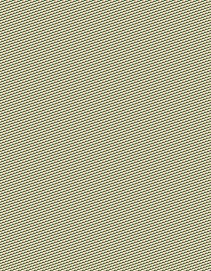
awsomegui-capstone/diagrams keeps this draw.io diagram as classes/ProjectSchema.drawio.png. Above is the earlier version. Source tidied: cells renumbered, new cells last; positions are measured from the earlier drawing's top-left corner, leaving out a move shared by most shapes.
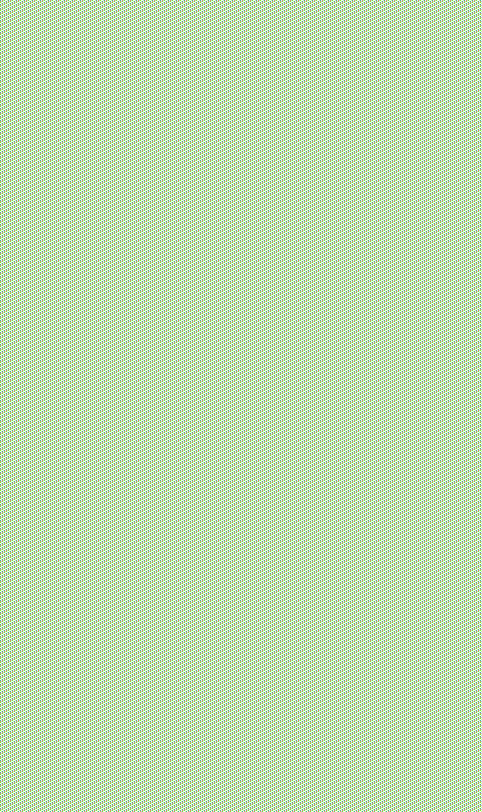
Above is the later version.

The edit, as a diff of the source:
```diff
@@ -3,7 +3,7 @@
     <mxCell id="0" />
     <mxCell id="1" parent="0" />
     <mxCell id="2" value="Project" style="swimlane;" parent="1" vertex="1">
-      <mxGeometry width="210" height="270" as="geometry" />
+      <mxGeometry width="210" height="330" as="geometry" />
     </mxCell>
     <mxCell id="3" value="Name &amp;gt; String" style="text;html=1;strokeColor=none;fillColor=none;align=left;verticalAlign=middle;whiteSpace=wrap;rounded=0;" parent="2" vertex="1">
       <mxGeometry y="60" width="200" height="30" as="geometry" />
@@ -11,7 +11,7 @@
     <mxCell id="4" value="Id &amp;gt; Int" style="text;html=1;strokeColor=none;fillColor=none;align=left;verticalAlign=middle;whiteSpace=wrap;rounded=0;" parent="2" vertex="1">
       <mxGeometry y="90" width="200" height="30" as="geometry" />
     </mxCell>
-    <mxCell id="5" value="img &amp;gt; String" style="text;html=1;strokeColor=none;fillColor=none;align=left;verticalAlign=middle;whiteSpace=wrap;rounded=0;" parent="2" vertex="1">
+    <mxCell id="5" value="DiagramEndPoint &amp;gt; String" style="text;html=1;strokeColor=none;fillColor=none;align=left;verticalAlign=middle;whiteSpace=wrap;rounded=0;" parent="2" vertex="1">
       <mxGeometry y="120" width="200" height="30" as="geometry" />
     </mxCell>
     <mxCell id="6" value="CFEndpoint &amp;gt; String" style="text;html=1;strokeColor=none;fillColor=none;align=left;verticalAlign=middle;whiteSpace=wrap;rounded=0;" parent="2" vertex="1">
@@ -29,5 +29,47 @@
     <mxCell id="10" value="TimeCreated &amp;gt; Date" style="text;html=1;strokeColor=none;fillColor=none;align=left;verticalAlign=middle;whiteSpace=wrap;rounded=0;" parent="2" vertex="1">
       <mxGeometry y="240" width="200" height="30" as="geometry" />
     </mxCell>
+    <mxCell id="11" value="Height &amp;gt; Int" style="text;html=1;strokeColor=none;fillColor=none;align=left;verticalAlign=middle;whiteSpace=wrap;rounded=0;" parent="2" vertex="1">
+      <mxGeometry y="270" width="200" height="30" as="geometry" />
+    </mxCell>
+    <mxCell id="12" value="Width &amp;gt; Int" style="text;html=1;strokeColor=none;fillColor=none;align=left;verticalAlign=middle;whiteSpace=wrap;rounded=0;" parent="2" vertex="1">
+      <mxGeometry y="300" width="200" height="30" as="geometry" />
+    </mxCell>
+    <mxCell id="13" value="VPC" style="swimlane;" parent="1" vertex="1">
+      <mxGeometry x="-270" y="400" width="210" height="410" as="geometry" />
+    </mxCell>
+    <mxCell id="14" value="Height &amp;gt; Int" style="text;html=1;strokeColor=none;fillColor=none;align=left;verticalAlign=middle;whiteSpace=wrap;rounded=0;" parent="13" vertex="1">
+      <mxGeometry x="5" y="30" width="200" height="30" as="geometry" />
+    </mxCell>
+    <mxCell id="15" value="Width &amp;gt; Int" style="text;html=1;strokeColor=none;fillColor=none;align=left;verticalAlign=middle;whiteSpace=wrap;rounded=0;" parent="13" vertex="1">
+      <mxGeometry x="5" y="60" width="200" height="30" as="geometry" />
+    </mxCell>
+    <mxCell id="16" value="positionX &amp;gt; Int" style="text;html=1;strokeColor=none;fillColor=none;align=left;verticalAlign=middle;whiteSpace=wrap;rounded=0;" parent="13" vertex="1">
+      <mxGeometry x="5" y="90" width="200" height="30" as="geometry" />
+    </mxCell>
+    <mxCell id="17" value="positionY &amp;gt; Int" style="text;html=1;strokeColor=none;fillColor=none;align=left;verticalAlign=middle;whiteSpace=wrap;rounded=0;" parent="13" vertex="1">
+      <mxGeometry x="5" y="120" width="200" height="30" as="geometry" />
+    </mxCell>
+    <mxCell id="18" value="cidrBlock &amp;gt; String" style="text;html=1;strokeColor=none;fillColor=none;align=left;verticalAlign=middle;whiteSpace=wrap;rounded=0;" parent="13" vertex="1">
+      <mxGeometry x="5" y="150" width="200" height="30" as="geometry" />
+    </mxCell>
+    <mxCell id="19" value="enableDNSHostNames &amp;gt; Bool" style="text;html=1;strokeColor=none;fillColor=none;align=left;verticalAlign=middle;whiteSpace=wrap;rounded=0;" parent="13" vertex="1">
+      <mxGeometry x="5" y="180" width="200" height="30" as="geometry" />
+    </mxCell>
+    <mxCell id="20" value="enableDNSSupport &amp;gt; Bool" style="text;html=1;strokeColor=none;fillColor=none;align=left;verticalAlign=middle;whiteSpace=wrap;rounded=0;" parent="13" vertex="1">
+      <mxGeometry x="5" y="210" width="200" height="30" as="geometry" />
+    </mxCell>
+    <mxCell id="21" value="instanceTenancy &amp;gt;&quot;default&quot; || &quot;dedicated&quot;" style="text;html=1;strokeColor=none;fillColor=none;align=left;verticalAlign=middle;whiteSpace=wrap;rounded=0;" parent="13" vertex="1">
+      <mxGeometry x="5" y="240" width="200" height="30" as="geometry" />
+    </mxCell>
+    <mxCell id="22" value="Region &amp;gt; String" style="text;html=1;strokeColor=none;fillColor=none;align=left;verticalAlign=middle;whiteSpace=wrap;rounded=0;" parent="13" vertex="1">
+      <mxGeometry x="5" y="270" width="200" height="30" as="geometry" />
+    </mxCell>
+    <mxCell id="23" value="Tags &amp;gt; List" style="text;html=1;strokeColor=none;fillColor=none;align=left;verticalAlign=middle;whiteSpace=wrap;rounded=0;" parent="13" vertex="1">
+      <mxGeometry x="5" y="300" width="200" height="30" as="geometry" />
+    </mxCell>
+    <mxCell id="24" value="Id &amp;gt; Siring" style="text;html=1;strokeColor=none;fillColor=none;align=left;verticalAlign=middle;whiteSpace=wrap;rounded=0;" parent="13" vertex="1">
+      <mxGeometry x="5" y="330" width="200" height="30" as="geometry" />
+    </mxCell>
   </root>
 </mxGraphModel>
```
